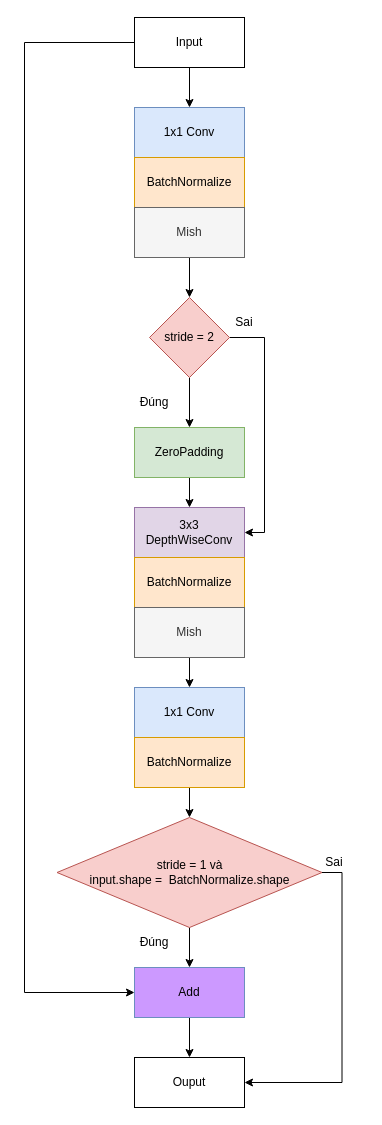
Above: Model/Model_using_IRB/Relating_to_the_model/Visualization_model_structure/inverted_residual_block.drawio in duongve13112002/Sketch2Visual (draw.io), before the change. Source tidied: cells renumbered, new cells numbered last; positions are measured from the earlier drawing's top-left corner, leaving out a move shared by most shapes. Both pictures are drawn from the tidied source at 100%, with x=0, y=0 at pixel (24, 17).
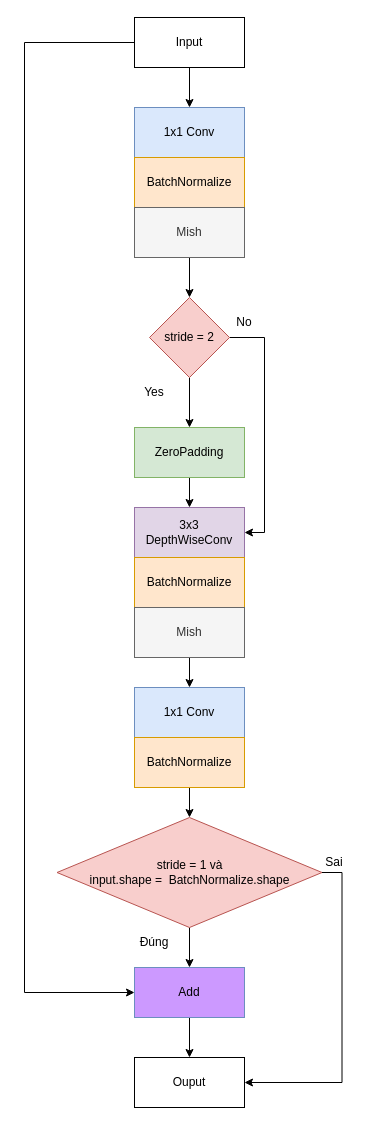
Above is the later version.

The edit, as a diff of the source:
```diff
@@
-    <mxCell id="10" value="Đúng" style="text;html=1;strokeColor=none;fillColor=none;align=center;verticalAlign=middle;whiteSpace=wrap;rounded=0;" parent="1" vertex="1">
-      <mxGeometry x="100" y="370" width="60" height="30" as="geometry" />
+    <mxCell id="10" value="Yes" style="text;html=1;strokeColor=none;fillColor=none;align=center;verticalAlign=middle;whiteSpace=wrap;rounded=0;" parent="1" vertex="1">
+      <mxGeometry x="100" y="360" width="60" height="30" as="geometry" />
     </mxCell>
@@
-    <mxCell id="14" value="Sai" style="text;html=1;strokeColor=none;fillColor=none;align=center;verticalAlign=middle;whiteSpace=wrap;rounded=0;" parent="1" vertex="1">
+    <mxCell id="14" value="No" style="text;html=1;strokeColor=none;fillColor=none;align=center;verticalAlign=middle;whiteSpace=wrap;rounded=0;" parent="1" vertex="1">
       <mxGeometry x="190" y="290" width="60" height="30" as="geometry" />
     </mxCell>
```
